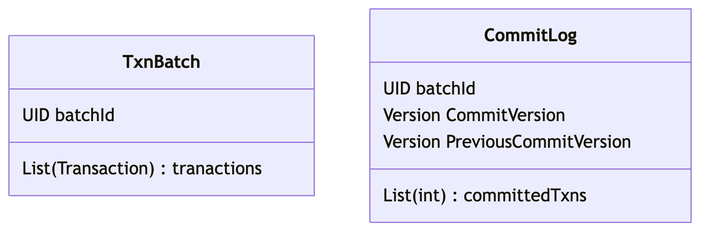
This is design/new-arch-data-model.png from jzhou77/foundationdb, a Mermaid export, as it was before one commit. Its source is kept beside it as design/new-arch-data-model.mmd.
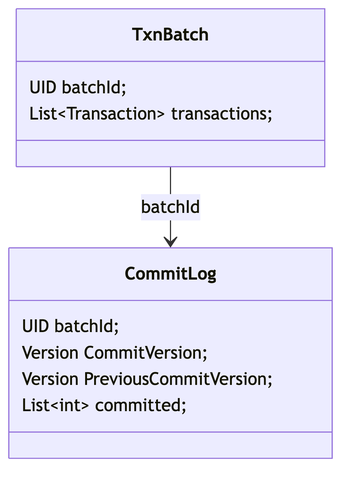
The same diagram one commit later.

Commit message:
Update data model graph

Change to the diagram source:
```diff
@@ -1,8 +1,14 @@
 classDiagram
-    TxnBatch: UID batchId
-    TxnBatch: List(Transaction) tranactions
+    class TxnBatch {
+        UID batchId;
+        List~Transaction~ transactions;
+    }
 
-    CommitLog: UID batchId
-    CommitLog: Version CommitVersion
-    CommitLog: Version PreviousCommitVersion
-    CommitLog: List(int) committedTxns
+    class CommitLog {
+        UID batchId;
+        Version CommitVersion;
+        Version PreviousCommitVersion;
+        List~int~ committed;
+    }
+
+    TxnBatch --> CommitLog : batchId
```
